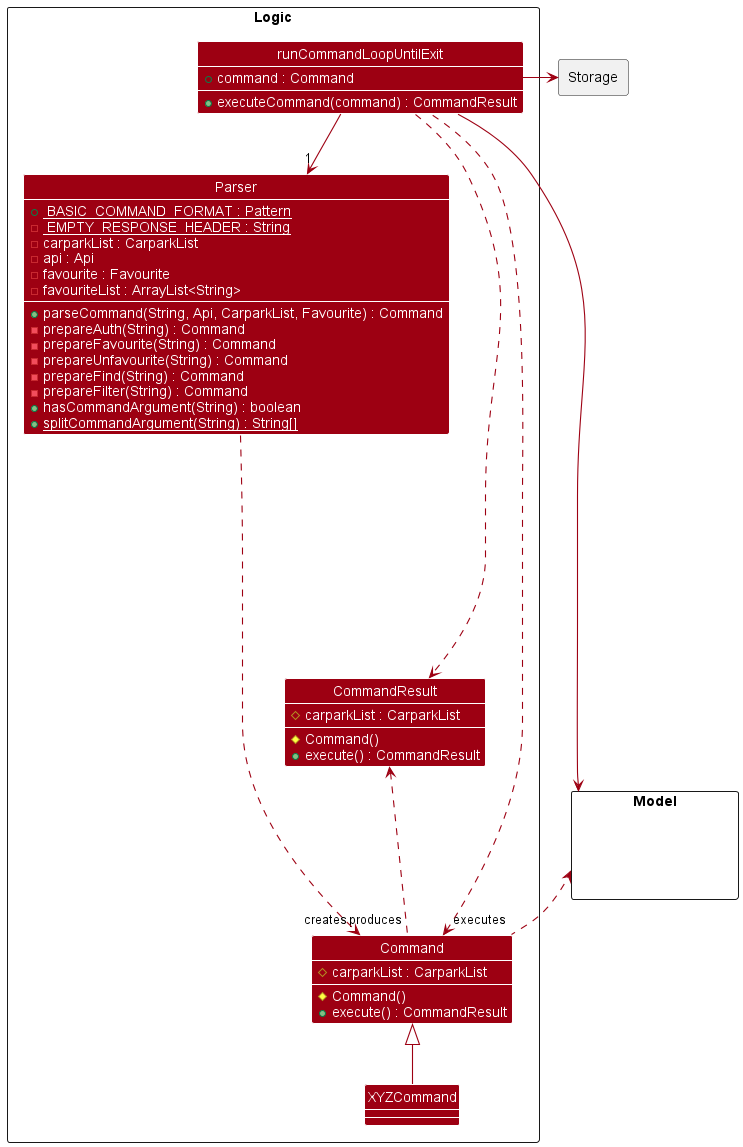
This is docs/images/LogicClassDiagram.png from nus-cs2113-AY2223S1/tp, a PlantUML export, as it was before one commit. Source of this version:
```plantuml
@startuml
!include style.puml
skinparam arrowThickness 1.1
skinparam arrowColor MODEL_COLOR
skinparam classBackgroundColor MODEL_COLOR
show field
show methods

package Model <<Rectangle>> {
    Class HiddenStorage #FFFFFF
}

package Storage <<Rectangle>> {
    Class HiddenStorage #FFFFFF
}



package Logic <<Rectangle>> {
class runCommandLoopUntilExit {
    +command : Command
    +executeCommand(command) : CommandResult
}

class Parser {
    +<u> BASIC_COMMAND_FORMAT : Pattern
    -<u> EMPTY_RESPONSE_HEADER : String
    -carparkList : CarparkList
    -api : Api
    -favourite : Favourite
    -favouriteList : ArrayList<String>
    +parseCommand(String, Api, CarparkList, Favourite) : Command
    -prepareAuth(String) : Command
    -prepareFavourite(String) : Command
    -prepareUnfavourite(String) : Command
    -prepareFind(String) : Command
    -prepareFilter(String) : Command
    +hasCommandArgument(String) : boolean
    +<u>splitCommandArgument(String) : String[]
}


class Command {
  #carparkList : CarparkList
  #Command()
  +execute() : CommandResult
}
class XYZCommand {
}

class CommandResult {
  #carparkList : CarparkList
  #Command()
  +execute() : CommandResult
}

runCommandLoopUntilExit -> "1" Parser
runCommandLoopUntilExit ......> CommandResult
Command "executes" <.... runCommandLoopUntilExit
CommandResult <... "produces" Command
Command <|-- XYZCommand
Parser ...> "creates"Command
}

Model <.. Command
runCommandLoopUntilExit ---> Model
Storage <- runCommandLoopUntilExit

@enduml
```
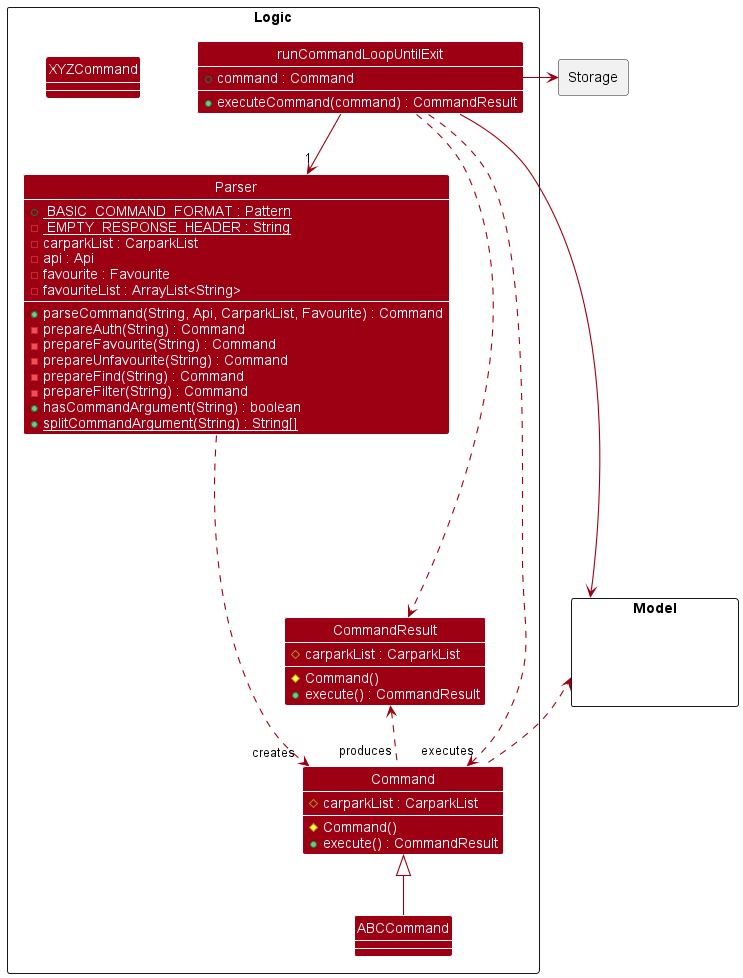
Above is the later version.

What changed in the source:
```diff
@@ -55,10 +55,10 @@
 }
 
 runCommandLoopUntilExit -> "1" Parser
-runCommandLoopUntilExit ......> CommandResult
-Command "executes" <.... runCommandLoopUntilExit
-CommandResult <... "produces" Command
-Command <|-- XYZCommand
+runCommandLoopUntilExit .....> CommandResult
+Command "executes" <... runCommandLoopUntilExit
+CommandResult <.. "produces" Command
+Command <|-- ABCCommand
 Parser ...> "creates"Command
 }
 
```
